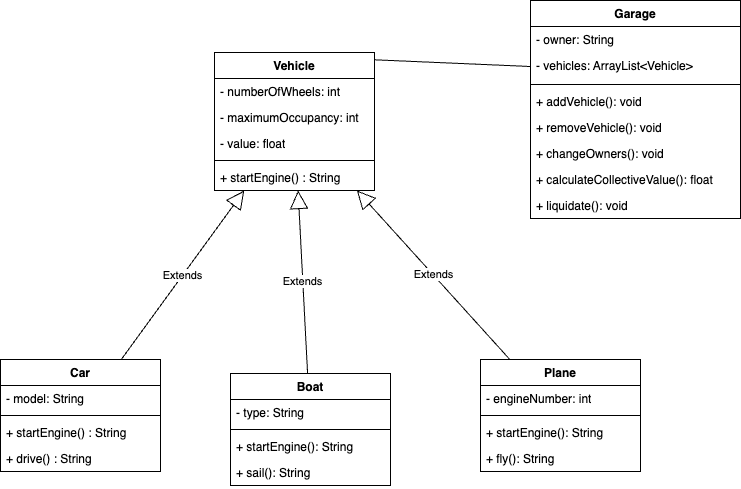
The draw.io diagram Garage_UML.png in Aebel-Shajan/lab_3.1_polymorphism, before a commit. Source tidied: cells renumbered, new cells last; positions are measured from the earlier drawing's top-left corner, leaving out a move shared by most shapes.
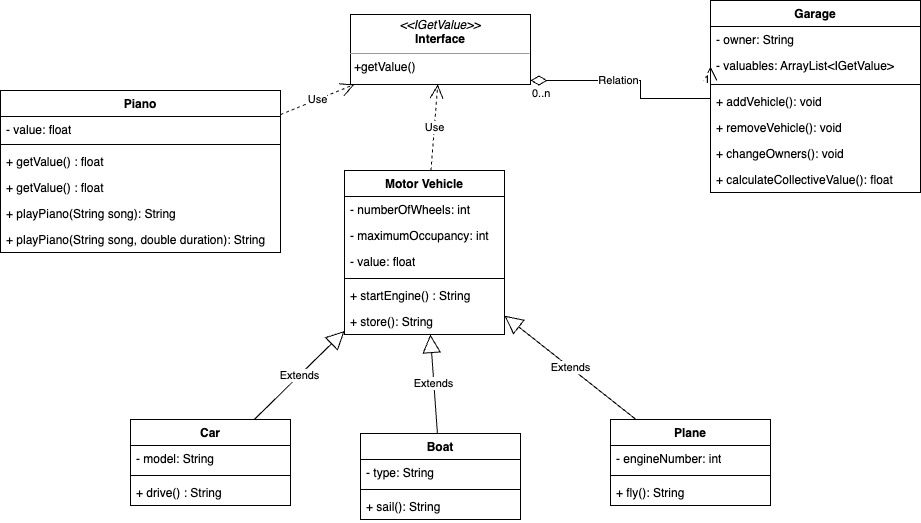
The same diagram one commit later.

What changed in the source:
```diff
@@ -2,8 +2,8 @@
   <root>
     <mxCell id="0" />
     <mxCell id="1" parent="0" />
-    <mxCell id="2" value="Vehicle" style="swimlane;fontStyle=1;align=center;verticalAlign=top;horizontal=1;startSize=26;whiteSpace=wrap;html=1;" parent="1" vertex="1">
-      <mxGeometry x="214" y="52" width="160" height="138" as="geometry" />
+    <mxCell id="2" value="Motor Vehicle" style="swimlane;fontStyle=1;align=center;verticalAlign=top;horizontal=1;startSize=26;whiteSpace=wrap;html=1;" parent="1" vertex="1">
+      <mxGeometry x="214" y="110" width="160" height="164" as="geometry" />
     </mxCell>
     <mxCell id="3" value="- numberOfWheels: int" style="text;strokeColor=none;fillColor=none;align=left;verticalAlign=top;spacingLeft=4;spacingRight=4;overflow=hidden;whiteSpace=wrap;html=1;" parent="2" vertex="1">
       <mxGeometry y="26" width="160" height="26" as="geometry" />
@@ -20,8 +20,11 @@
     <mxCell id="7" value="+ startEngine() : String" style="text;strokeColor=none;fillColor=none;align=left;verticalAlign=top;spacingLeft=4;spacingRight=4;overflow=hidden;whiteSpace=wrap;html=1;" parent="2" vertex="1">
       <mxGeometry y="112" width="160" height="26" as="geometry" />
     </mxCell>
+    <mxCell id="36" value="+ store(): String" style="text;strokeColor=none;fillColor=none;align=left;verticalAlign=top;spacingLeft=4;spacingRight=4;overflow=hidden;whiteSpace=wrap;html=1;" parent="2" vertex="1">
+      <mxGeometry y="138" width="160" height="26" as="geometry" />
+    </mxCell>
     <mxCell id="8" value="Car" style="swimlane;fontStyle=1;align=center;verticalAlign=top;horizontal=1;startSize=26;whiteSpace=wrap;html=1;" parent="1" vertex="1">
-      <mxGeometry y="359" width="160" height="112" as="geometry" />
+      <mxGeometry y="359" width="160" height="86" as="geometry" />
     </mxCell>
     <mxCell id="9" value="- model: String" style="text;strokeColor=none;fillColor=none;align=left;verticalAlign=top;spacingLeft=4;spacingRight=4;overflow=hidden;whiteSpace=wrap;html=1;" parent="8" vertex="1">
       <mxGeometry y="26" width="160" height="26" as="geometry" />
@@ -29,14 +32,11 @@
     <mxCell id="10" style="line;strokeWidth=1;fillColor=none;align=left;verticalAlign=middle;spacingTop=-1;spacingLeft=3;spacingRight=3;labelPosition=right;strokeColor=inherit;" parent="8" vertex="1">
       <mxGeometry y="52" width="160" height="8" as="geometry" />
     </mxCell>
-    <mxCell id="11" value="+ startEngine() : String" style="text;strokeColor=none;fillColor=none;align=left;verticalAlign=top;spacingLeft=4;spacingRight=4;overflow=hidden;whiteSpace=wrap;html=1;" parent="8" vertex="1">
-      <mxGeometry y="60" width="160" height="26" as="geometry" />
-    </mxCell>
     <mxCell id="12" value="+ drive() : String" style="text;strokeColor=none;fillColor=none;align=left;verticalAlign=top;spacingLeft=4;spacingRight=4;overflow=hidden;whiteSpace=wrap;html=1;" parent="8" vertex="1">
-      <mxGeometry y="86" width="160" height="26" as="geometry" />
+      <mxGeometry y="60" width="160" height="26" as="geometry" />
     </mxCell>
     <mxCell id="13" value="Boat" style="swimlane;fontStyle=1;align=center;verticalAlign=top;horizontal=1;startSize=26;whiteSpace=wrap;html=1;" parent="1" vertex="1">
-      <mxGeometry x="230" y="373" width="160" height="112" as="geometry" />
+      <mxGeometry x="230" y="373" width="160" height="86" as="geometry" />
     </mxCell>
     <mxCell id="14" value="- type: String" style="text;strokeColor=none;fillColor=none;align=left;verticalAlign=top;spacingLeft=4;spacingRight=4;overflow=hidden;whiteSpace=wrap;html=1;" parent="13" vertex="1">
       <mxGeometry y="26" width="160" height="26" as="geometry" />
@@ -44,14 +44,11 @@
     <mxCell id="15" style="line;strokeWidth=1;fillColor=none;align=left;verticalAlign=middle;spacingTop=-1;spacingLeft=3;spacingRight=3;labelPosition=right;strokeColor=inherit;" parent="13" vertex="1">
       <mxGeometry y="52" width="160" height="8" as="geometry" />
     </mxCell>
-    <mxCell id="16" value="+ startEngine(): String" style="text;strokeColor=none;fillColor=none;align=left;verticalAlign=top;spacingLeft=4;spacingRight=4;overflow=hidden;whiteSpace=wrap;html=1;" parent="13" vertex="1">
-      <mxGeometry y="60" width="160" height="26" as="geometry" />
-    </mxCell>
     <mxCell id="17" value="+ sail(): String" style="text;strokeColor=none;fillColor=none;align=left;verticalAlign=top;spacingLeft=4;spacingRight=4;overflow=hidden;whiteSpace=wrap;html=1;" parent="13" vertex="1">
-      <mxGeometry y="86" width="160" height="26" as="geometry" />
+      <mxGeometry y="60" width="160" height="26" as="geometry" />
     </mxCell>
     <mxCell id="18" value="Plane" style="swimlane;fontStyle=1;align=center;verticalAlign=top;horizontal=1;startSize=26;whiteSpace=wrap;html=1;" parent="1" vertex="1">
-      <mxGeometry x="480" y="359" width="160" height="112" as="geometry" />
+      <mxGeometry x="480" y="359" width="160" height="86" as="geometry" />
     </mxCell>
     <mxCell id="19" value="- engineNumber: int" style="text;strokeColor=none;fillColor=none;align=left;verticalAlign=top;spacingLeft=4;spacingRight=4;overflow=hidden;whiteSpace=wrap;html=1;" parent="18" vertex="1">
       <mxGeometry y="26" width="160" height="26" as="geometry" />
@@ -59,11 +56,8 @@
     <mxCell id="20" style="line;strokeWidth=1;fillColor=none;align=left;verticalAlign=middle;spacingTop=-1;spacingLeft=3;spacingRight=3;labelPosition=right;strokeColor=inherit;" parent="18" vertex="1">
       <mxGeometry y="52" width="160" height="8" as="geometry" />
     </mxCell>
-    <mxCell id="21" value="+ startEngine(): String" style="text;strokeColor=none;fillColor=none;align=left;verticalAlign=top;spacingLeft=4;spacingRight=4;overflow=hidden;whiteSpace=wrap;html=1;" parent="18" vertex="1">
-      <mxGeometry y="60" width="160" height="26" as="geometry" />
-    </mxCell>
     <mxCell id="22" value="+ fly(): String" style="text;strokeColor=none;fillColor=none;align=left;verticalAlign=top;spacingLeft=4;spacingRight=4;overflow=hidden;whiteSpace=wrap;html=1;" parent="18" vertex="1">
-      <mxGeometry y="86" width="160" height="26" as="geometry" />
+      <mxGeometry y="60" width="160" height="26" as="geometry" />
     </mxCell>
     <mxCell id="23" value="Extends" style="endArrow=block;endSize=16;endFill=0;html=1;rounded=0;" parent="1" edge="1" source="18" target="2">
       <mxGeometry relative="1" as="geometry" />
@@ -75,12 +69,12 @@
       <mxGeometry relative="1" as="geometry" />
     </mxCell>
     <mxCell id="26" value="Garage" style="swimlane;fontStyle=1;align=center;verticalAlign=top;horizontal=1;startSize=26;whiteSpace=wrap;html=1;" parent="1" vertex="1">
-      <mxGeometry x="530" width="210" height="218" as="geometry" />
+      <mxGeometry x="580" y="-60" width="210" height="192" as="geometry" />
     </mxCell>
     <mxCell id="27" value="- owner: String" style="text;strokeColor=none;fillColor=none;align=left;verticalAlign=top;spacingLeft=4;spacingRight=4;overflow=hidden;whiteSpace=wrap;html=1;" parent="26" vertex="1">
       <mxGeometry y="26" width="210" height="26" as="geometry" />
     </mxCell>
-    <mxCell id="28" value="- vehicles: ArrayList&amp;lt;Vehicle&amp;gt;" style="text;strokeColor=none;fillColor=none;align=left;verticalAlign=top;spacingLeft=4;spacingRight=4;overflow=hidden;points=[[0,0.5],[1,0.5]];portConstraint=eastwest;whiteSpace=wrap;html=1;" parent="26" vertex="1">
+    <mxCell id="28" value="- valuables: ArrayList&amp;lt;IGetValue&amp;gt;" style="text;strokeColor=none;fillColor=none;align=left;verticalAlign=top;spacingLeft=4;spacingRight=4;overflow=hidden;points=[[0,0.5],[1,0.5]];portConstraint=eastwest;whiteSpace=wrap;html=1;" parent="26" vertex="1">
       <mxGeometry y="52" width="210" height="28" as="geometry" />
     </mxCell>
     <mxCell id="29" style="line;strokeWidth=1;fillColor=none;align=left;verticalAlign=middle;spacingTop=-1;spacingLeft=3;spacingRight=3;labelPosition=right;strokeColor=inherit;" parent="26" vertex="1">
@@ -98,11 +92,49 @@
     <mxCell id="33" value="+ calculateCollectiveValue(): float" style="text;strokeColor=none;fillColor=none;align=left;verticalAlign=top;spacingLeft=4;spacingRight=4;overflow=hidden;whiteSpace=wrap;html=1;" parent="26" vertex="1">
       <mxGeometry y="166" width="210" height="26" as="geometry" />
     </mxCell>
-    <mxCell id="34" value="+ liquidate(): void" style="text;strokeColor=none;fillColor=none;align=left;verticalAlign=top;spacingLeft=4;spacingRight=4;overflow=hidden;whiteSpace=wrap;html=1;" parent="26" vertex="1">
-      <mxGeometry y="192" width="210" height="26" as="geometry" />
-    </mxCell>
-    <mxCell id="35" style="endArrow=none;html=1;rounded=0;exitX=1;exitY=0.053;exitDx=0;exitDy=0;entryX=0;entryY=0.5;entryDx=0;entryDy=0;exitPerimeter=0;" parent="1" edge="1" source="2" target="28">
-      <mxGeometry relative="1" as="geometry" />
-    </mxCell>
+    <mxCell id="37" value="&lt;p style=&quot;margin:0px;margin-top:4px;text-align:center;&quot;&gt;&lt;i&gt;&amp;lt;&amp;lt;IGetValue&amp;gt;&amp;gt;&lt;/i&gt;&lt;br&gt;&lt;b&gt;Interface&lt;/b&gt;&lt;/p&gt;&lt;hr size=&quot;1&quot;&gt;&lt;p style=&quot;margin:0px;margin-left:4px;&quot;&gt;+getValue()&lt;/p&gt;&lt;p style=&quot;margin:0px;margin-left:4px;&quot;&gt;&lt;br&gt;&lt;/p&gt;" style="verticalAlign=top;align=left;overflow=fill;html=1;whiteSpace=wrap;" parent="1" vertex="1">
+      <mxGeometry x="220" y="-46" width="180" height="70" as="geometry" />
+    </mxCell>
+    <mxCell id="38" value="Relation" style="endArrow=open;html=1;endSize=12;startArrow=diamondThin;startSize=14;startFill=0;edgeStyle=orthogonalEdgeStyle;rounded=0;entryX=0;entryY=0.5;entryDx=0;entryDy=0;" parent="1" edge="1" source="37" target="28">
+      <mxGeometry x="-0.23" relative="1" as="geometry">
+        <Array as="points">
+          <mxPoint x="510" y="20" />
+          <mxPoint x="510" y="38" />
+        </Array>
+      </mxGeometry>
+    </mxCell>
+    <mxCell id="39" value="0..n" style="edgeLabel;html=1;align=left;verticalAlign=top;" parent="38" vertex="1">
+      <mxGeometry x="-1" relative="1" as="geometry" />
+    </mxCell>
+    <mxCell id="40" value="1" style="edgeLabel;html=1;align=right;verticalAlign=top;" parent="38" vertex="1">
+      <mxGeometry x="1" relative="1" as="geometry" />
+    </mxCell>
+    <mxCell id="41" value="Piano" style="swimlane;fontStyle=1;align=center;verticalAlign=top;horizontal=1;startSize=26;whiteSpace=wrap;html=1;" parent="1" vertex="1">
+      <mxGeometry x="-130" y="30" width="280" height="162" as="geometry" />
+    </mxCell>
+    <mxCell id="42" value="- value: float" style="text;strokeColor=none;fillColor=none;align=left;verticalAlign=top;spacingLeft=4;spacingRight=4;overflow=hidden;whiteSpace=wrap;html=1;" parent="41" vertex="1">
+      <mxGeometry y="26" width="280" height="24" as="geometry" />
+    </mxCell>
+    <mxCell id="43" style="line;strokeWidth=1;fillColor=none;align=left;verticalAlign=middle;spacingTop=-1;spacingLeft=3;spacingRight=3;labelPosition=right;strokeColor=inherit;" parent="41" vertex="1">
+      <mxGeometry y="50" width="280" height="8" as="geometry" />
+    </mxCell>
+    <mxCell id="44" value="+ getValue() : float" style="text;strokeColor=none;fillColor=none;align=left;verticalAlign=top;spacingLeft=4;spacingRight=4;overflow=hidden;whiteSpace=wrap;html=1;" parent="41" vertex="1">
+      <mxGeometry y="58" width="280" height="26" as="geometry" />
+    </mxCell>
+    <mxCell id="45" value="+ getValue() : float" style="text;strokeColor=none;fillColor=none;align=left;verticalAlign=top;spacingLeft=4;spacingRight=4;overflow=hidden;whiteSpace=wrap;html=1;" parent="41" vertex="1">
+      <mxGeometry y="84" width="280" height="26" as="geometry" />
+    </mxCell>
+    <mxCell id="46" value="+ playPiano(String song): String" style="text;strokeColor=none;fillColor=none;align=left;verticalAlign=top;spacingLeft=4;spacingRight=4;overflow=hidden;whiteSpace=wrap;html=1;" parent="41" vertex="1">
+      <mxGeometry y="110" width="280" height="26" as="geometry" />
+    </mxCell>
+    <mxCell id="47" value="+ playPiano(String song, double duration): String" style="text;strokeColor=none;fillColor=none;align=left;verticalAlign=top;spacingLeft=4;spacingRight=4;overflow=hidden;whiteSpace=wrap;html=1;" parent="41" vertex="1">
+      <mxGeometry y="136" width="280" height="26" as="geometry" />
+    </mxCell>
+    <mxCell id="48" value="Use" style="endArrow=open;endSize=12;dashed=1;html=1;rounded=0;" parent="1" edge="1" source="41" target="37">
+      <mxGeometry relative="1" as="geometry" />
+    </mxCell>
+    <mxCell id="49" value="Use" style="endArrow=open;endSize=12;dashed=1;html=1;rounded=0;" parent="1" edge="1" source="2" target="37">
+      <mxGeometry relative="1" as="geometry" />
+    </mxCell>
   </root>
 </mxGraphModel>
```
